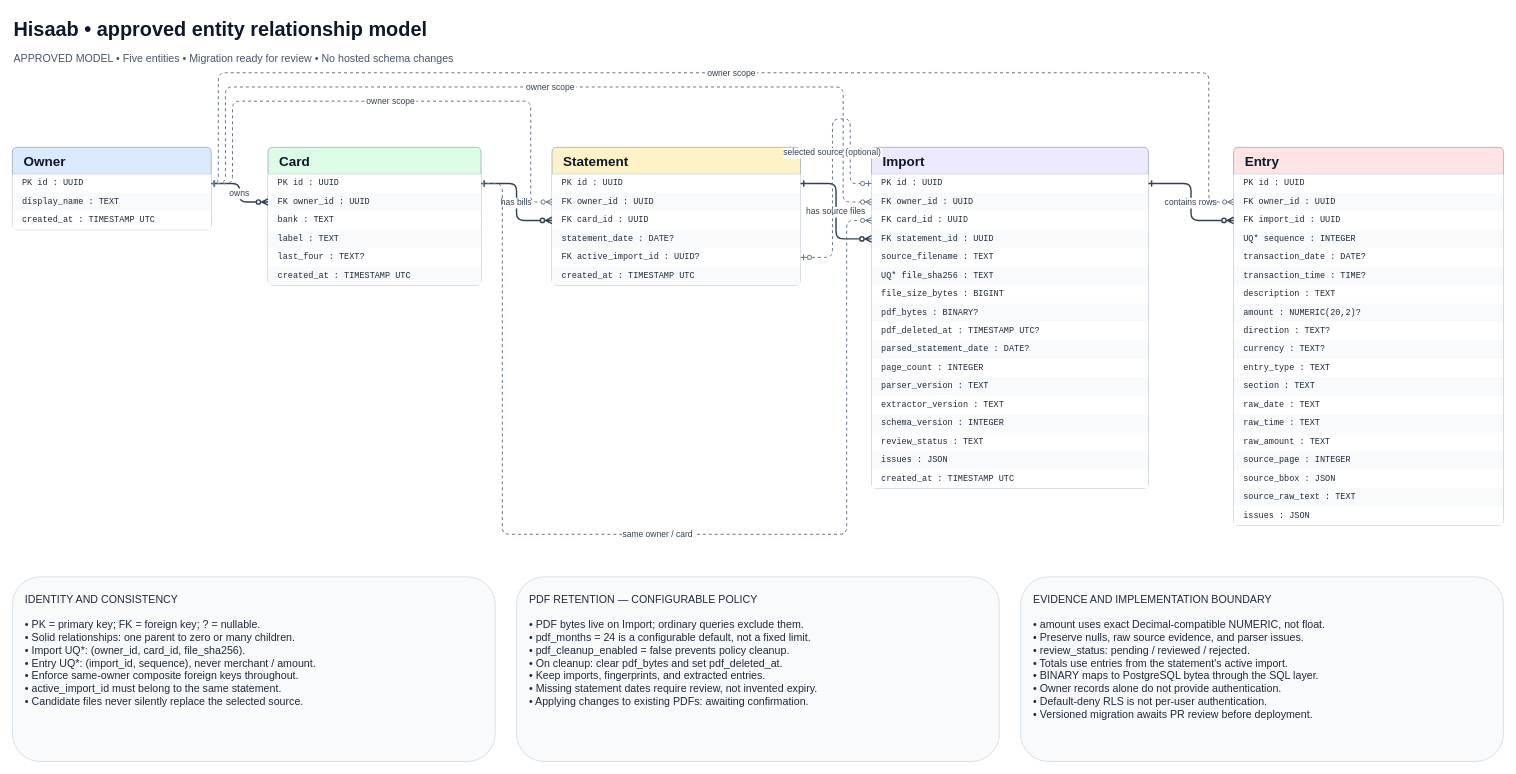
Earlier version of the draw.io diagram docs/schema/hisaab-er.drawio (furquan1993/hisaab). Source tidied: cells renumbered, new cells numbered last; positions are measured from the earlier drawing's top-left corner, leaving out a move shared by most shapes. Both pictures are drawn from the tidied source at 71%, with x=0, y=0 at pixel (12, 12).
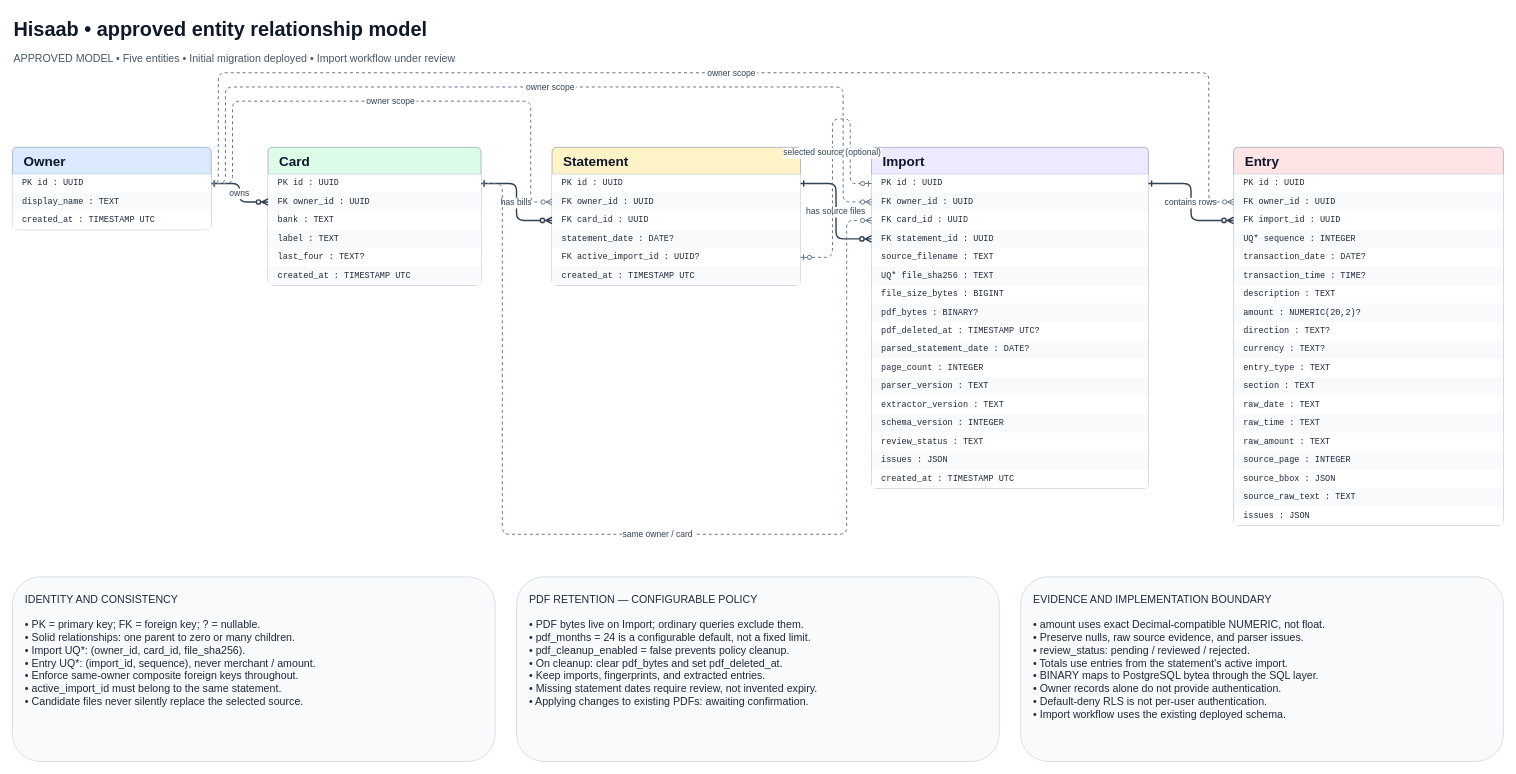
The same page after the edit.

What changed in the source:
```diff
@@
-    <mxCell id="3" value="APPROVED MODEL • Five entities • Migration ready for review • No hosted schema changes" style="text;html=0;align=left;fontSize=15;fontColor=#475569;" parent="1" vertex="1">
+    <mxCell id="3" value="APPROVED MODEL • Five entities • Initial migration deployed • Import workflow under review" style="text;html=0;align=left;fontSize=15;fontColor=#475569;" parent="1" vertex="1">
       <mxGeometry y="50" width="2100" height="26" as="geometry" />
     </mxCell>
@@
-    <mxCell id="71" value="EVIDENCE AND IMPLEMENTATION BOUNDARY&#10;&#10;• amount uses exact Decimal-compatible NUMERIC, not float.&#10;• Preserve nulls, raw source evidence, and parser issues.&#10;• review_status: pending / reviewed / rejected.&#10;• Totals use entries from the statement's active import.&#10;• BINARY maps to PostgreSQL bytea through the SQL layer.&#10;• Owner records alone do not provide authentication.&#10;• Default-deny RLS is not per-user authentication.&#10;• Versioned migration awaits PR review before deployment." style="rounded=1;whiteSpace=wrap;html=0;align=left;verticalAlign=top;spacing=18;fontSize=15;fontColor=#1e293b;strokeColor=#cbd5e1;fillColor=#f8fafc;" parent="1" vertex="1">
+    <mxCell id="71" value="EVIDENCE AND IMPLEMENTATION BOUNDARY&#10;&#10;• amount uses exact Decimal-compatible NUMERIC, not float.&#10;• Preserve nulls, raw source evidence, and parser issues.&#10;• review_status: pending / reviewed / rejected.&#10;• Totals use entries from the statement's active import.&#10;• BINARY maps to PostgreSQL bytea through the SQL layer.&#10;• Owner records alone do not provide authentication.&#10;• Default-deny RLS is not per-user authentication.&#10;• Import workflow uses the existing deployed schema." style="rounded=1;whiteSpace=wrap;html=0;align=left;verticalAlign=top;spacing=18;fontSize=15;fontColor=#1e293b;strokeColor=#cbd5e1;fillColor=#f8fafc;" parent="1" vertex="1">
       <mxGeometry x="1420" y="795" width="680" height="260" as="geometry" />
     </mxCell>
```
